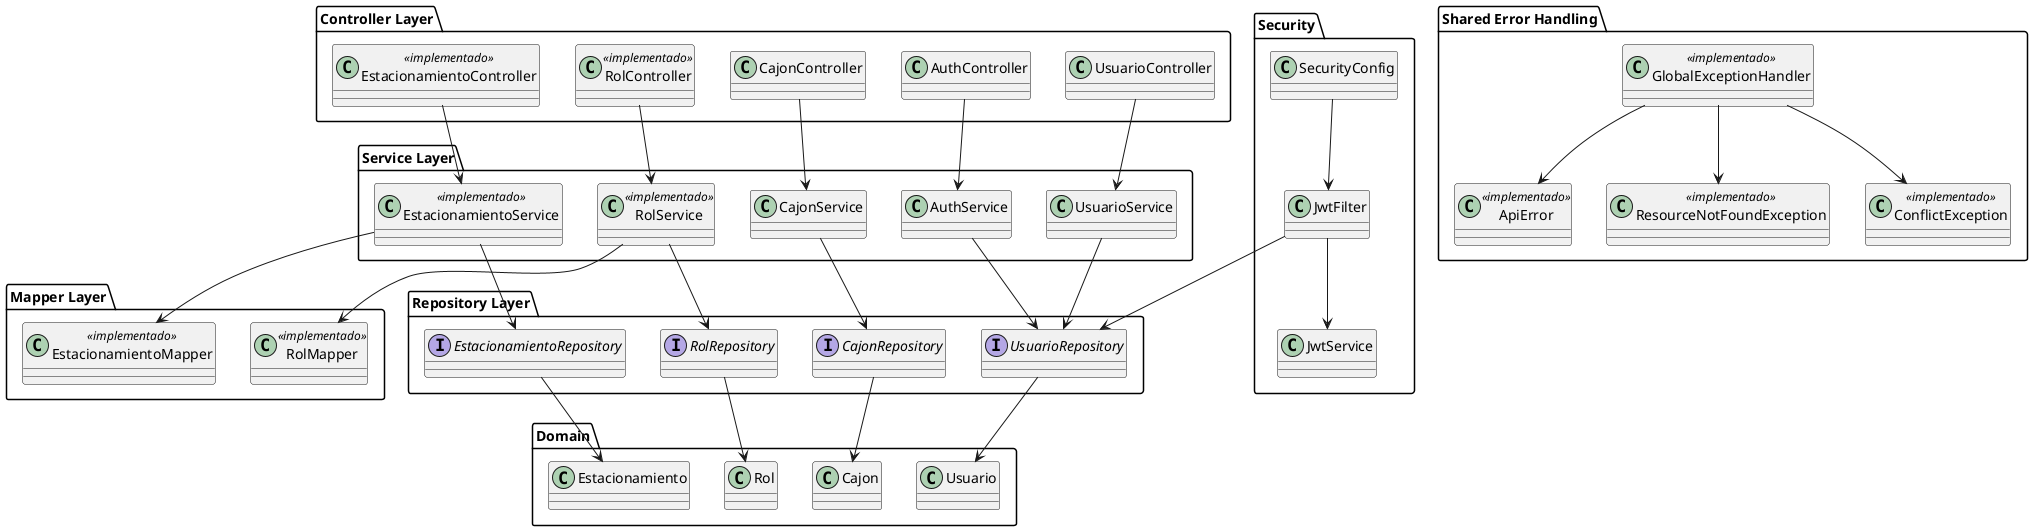
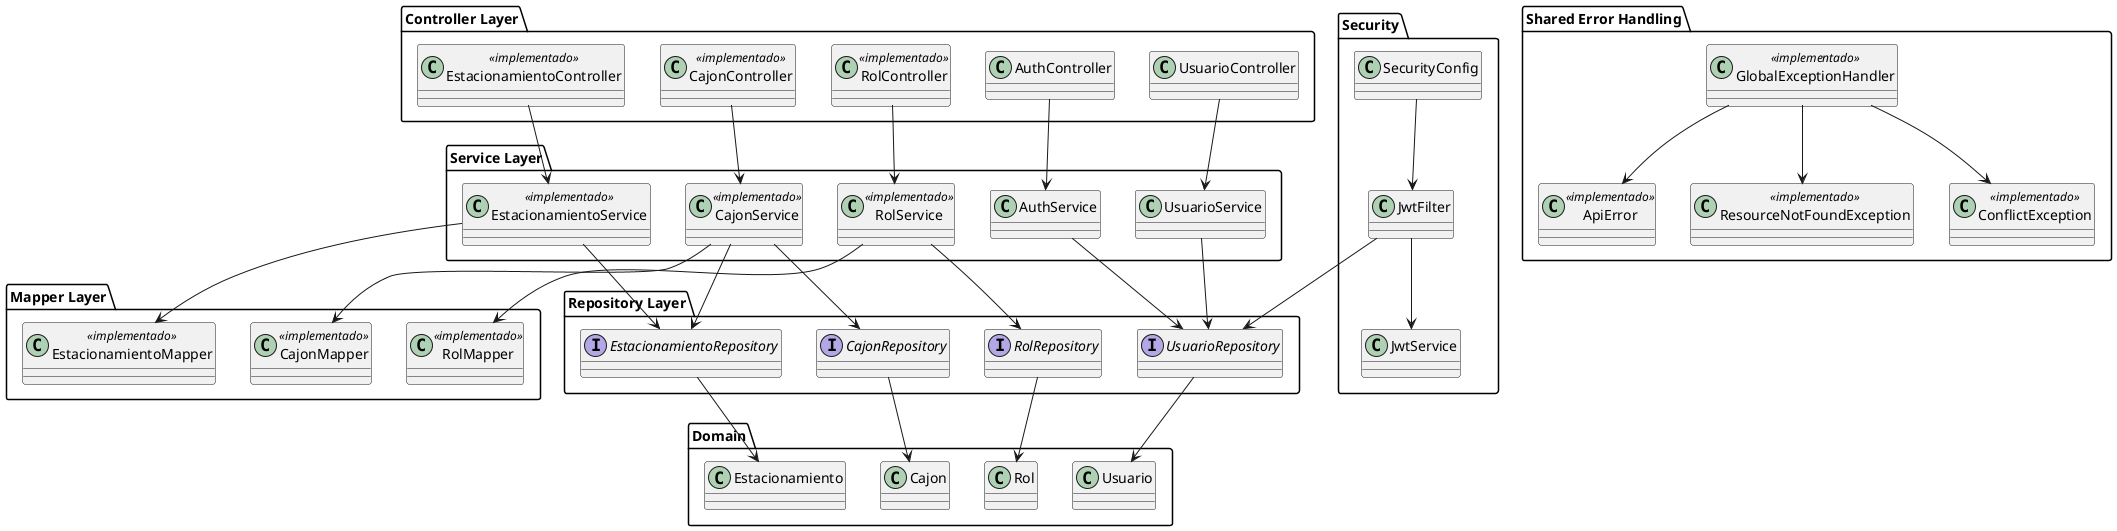
@startuml

package "Controller Layer" {
    class AuthController
    class RolController <<implementado>>
    class UsuarioController
    class EstacionamientoController <<implementado>>
-     class CajonController
+     class CajonController <<implementado>>
}

package "Service Layer" {
    class AuthService
    class RolService <<implementado>>
    class UsuarioService
    class EstacionamientoService <<implementado>>
-     class CajonService
+     class CajonService <<implementado>>
}

package "Mapper Layer" {
    class RolMapper <<implementado>>
    class EstacionamientoMapper <<implementado>>
+     class CajonMapper <<implementado>>
}

package "Repository Layer" {
    interface UsuarioRepository
    interface RolRepository
    interface EstacionamientoRepository
    interface CajonRepository
}

package "Domain" {
    class Usuario
    class Rol
    class Estacionamiento
    class Cajon
}

package "Security" {
    class JwtFilter
    class JwtService
    class SecurityConfig
}

package "Shared Error Handling" {
    class GlobalExceptionHandler <<implementado>>
    class ApiError <<implementado>>
    class ResourceNotFoundException <<implementado>>
    class ConflictException <<implementado>>
}

AuthController --> AuthService
RolController --> RolService
UsuarioController --> UsuarioService
EstacionamientoController --> EstacionamientoService
CajonController --> CajonService

AuthService --> UsuarioRepository
RolService --> RolRepository
RolService --> RolMapper
UsuarioService --> UsuarioRepository
EstacionamientoService --> EstacionamientoRepository
EstacionamientoService --> EstacionamientoMapper
CajonService --> CajonRepository
+ CajonService --> EstacionamientoRepository
+ CajonService --> CajonMapper

UsuarioRepository --> Usuario
RolRepository --> Rol
EstacionamientoRepository --> Estacionamiento
CajonRepository --> Cajon

GlobalExceptionHandler --> ApiError
GlobalExceptionHandler --> ResourceNotFoundException
GlobalExceptionHandler --> ConflictException

SecurityConfig --> JwtFilter
JwtFilter --> JwtService
JwtFilter --> UsuarioRepository

@enduml
